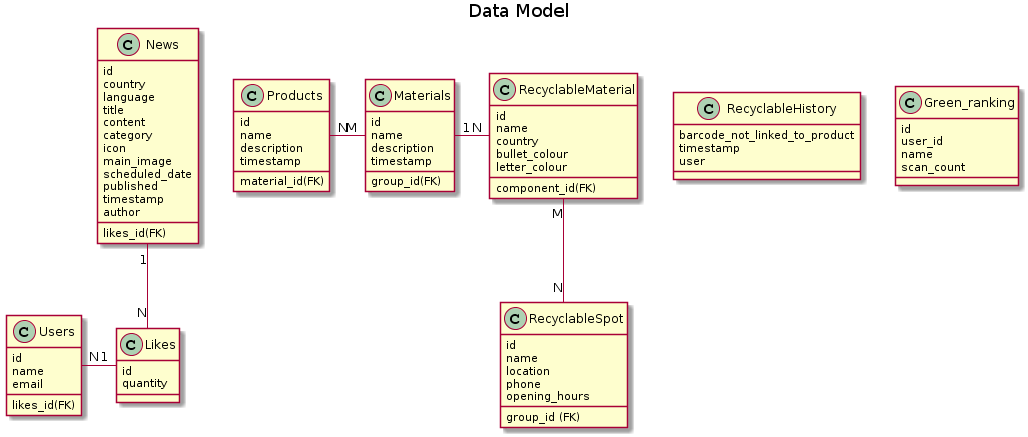
storrellas/recycling keeps this PlantUML diagram as doc/datamodel.png. Above is the earlier version.
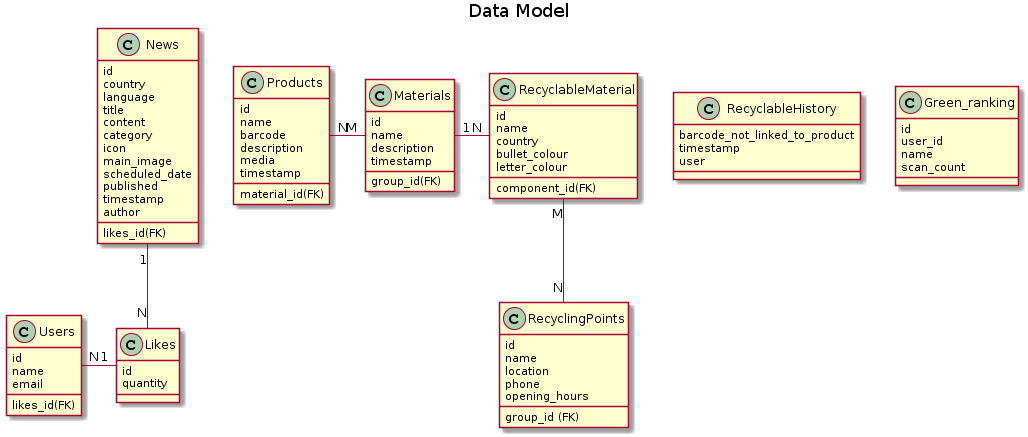
The same diagram one commit later.

Commit message:
Updated datamodel: product and RecyclingSpot.

What changed in the source:
```diff
@@ -5,7 +5,9 @@
 class Products {
   id
   name
+  barcode
   description
+  media
   timestamp
   material_id(FK)
 }
@@ -27,7 +29,7 @@
   letter_colour
 }
 
-class RecyclableSpot {
+class RecyclingPoints {
   id
   name
   location
@@ -80,7 +82,7 @@
 
 Products "N" -right- "M" Materials
 Materials "1" -right- "N" RecyclableMaterial
-RecyclableMaterial "M" -down- "N" RecyclableSpot
+RecyclableMaterial "M" -down- "N" RecyclingPoints
 News "1" -down- "N" Likes
 Likes "1" -left- "N" Users
 @enduml
```
